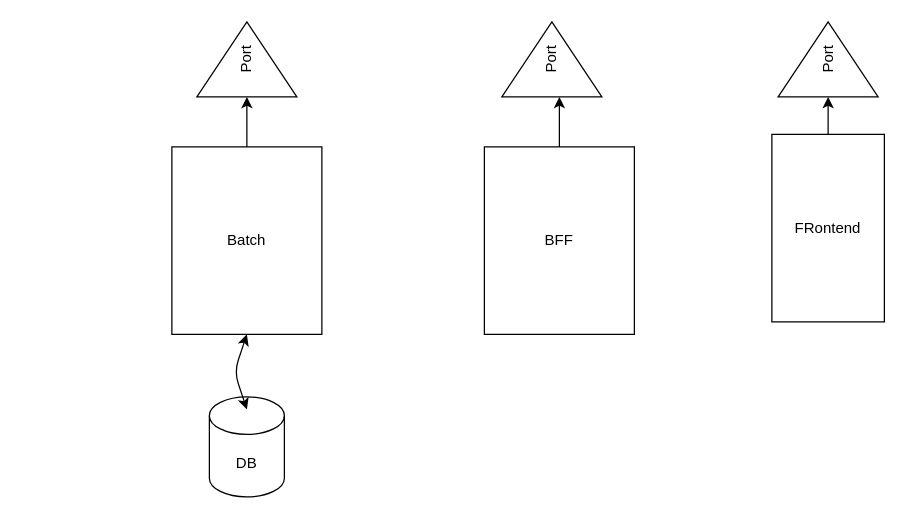
Earlier version of the draw.io diagram Untitled Diagram.drawio (ericametepe/artiz-front). Source tidied: cells renumbered, new cells numbered last; positions are measured from the earlier drawing's top-left corner, leaving out a move shared by most shapes. Both pictures are drawn from the tidied source at 125%, with x=0, y=0 at pixel (171, 9).
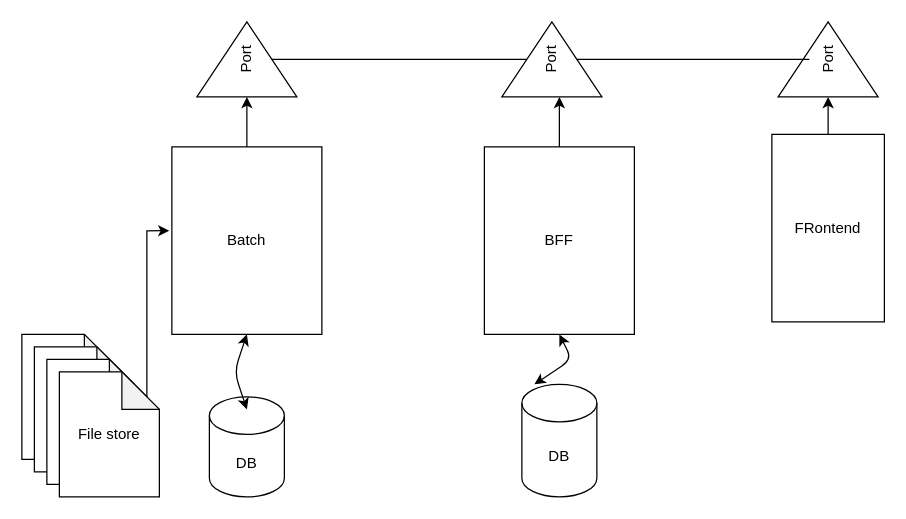
After the change.

The change refers to these unchanged cells:
```xml
<mxCell id="3" value="Batch" style="rounded=0;whiteSpace=wrap;html=1;" parent="1" vertex="1">
  <mxGeometry y="110" width="120" height="150" as="geometry" />
</mxCell>
<mxCell id="7" value="BFF" style="rounded=0;whiteSpace=wrap;html=1;" parent="1" vertex="1">
  <mxGeometry x="250" y="110" width="120" height="150" as="geometry" />
</mxCell>
<mxCell id="10" value="Port" style="triangle;whiteSpace=wrap;html=1;rotation=-90;" parent="1" vertex="1">
  <mxGeometry x="30" width="60" height="80" as="geometry" />
</mxCell>
<mxCell id="11" value="Port" style="triangle;whiteSpace=wrap;html=1;rotation=-90;" parent="1" vertex="1">
  <mxGeometry x="274" width="60" height="80" as="geometry" />
</mxCell>
```

The edit, as a diff of the source:
```diff
@@
+    <mxCell id="13" style="endArrow=none;html=1;entryX=0.5;entryY=0;entryDx=0;entryDy=0;" parent="1" edge="1" source="10" target="11">
+      <mxGeometry relative="1" as="geometry" />
+    </mxCell>
+    <mxCell id="14" style="endArrow=none;html=1;exitX=0.5;exitY=1;exitDx=0;exitDy=0;" parent="1" edge="1" source="11">
+      <mxGeometry relative="1" as="geometry">
+        <mxPoint x="510" y="40" as="targetPoint" />
+      </mxGeometry>
+    </mxCell>
+    <mxCell id="15" style="edgeStyle=orthogonalEdgeStyle;rounded=0;jettySize=auto;html=1;entryX=-0.017;entryY=0.447;entryDx=0;entryDy=0;entryPerimeter=0;" parent="1" edge="1" source="16" target="3">
+      <mxGeometry relative="1" as="geometry" />
+    </mxCell>
+    <mxCell id="16" style="shape=note;whiteSpace=wrap;html=1;backgroundOutline=1;darkOpacity=0.05;" parent="1" vertex="1">
+      <mxGeometry x="-120" y="260" width="80" height="100" as="geometry" />
+    </mxCell>
+    <mxCell id="17" style="shape=note;whiteSpace=wrap;html=1;backgroundOutline=1;darkOpacity=0.05;" parent="1" vertex="1">
+      <mxGeometry x="-110" y="270" width="80" height="100" as="geometry" />
+    </mxCell>
+    <mxCell id="18" style="shape=note;whiteSpace=wrap;html=1;backgroundOutline=1;darkOpacity=0.05;" parent="1" vertex="1">
+      <mxGeometry x="-100" y="280" width="80" height="100" as="geometry" />
+    </mxCell>
+    <mxCell id="19" value="File store" style="shape=note;whiteSpace=wrap;html=1;backgroundOutline=1;darkOpacity=0.05;" parent="1" vertex="1">
+      <mxGeometry x="-90" y="290" width="80" height="100" as="geometry" />
+    </mxCell>
+    <mxCell id="20" value="DB" style="shape=cylinder3;whiteSpace=wrap;html=1;boundedLbl=1;backgroundOutline=1;size=15;" parent="1" vertex="1">
+      <mxGeometry x="280" y="300" width="60" height="90" as="geometry" />
+    </mxCell>
+    <mxCell id="21" style="endArrow=classic;startArrow=classic;html=1;entryX=0.5;entryY=1;entryDx=0;entryDy=0;" parent="1" edge="1" source="20" target="7">
+      <mxGeometry relative="1" as="geometry">
+        <Array as="points">
+          <mxPoint x="290" y="300" />
+          <mxPoint x="320" y="280" />
+        </Array>
+      </mxGeometry>
+    </mxCell>
```
